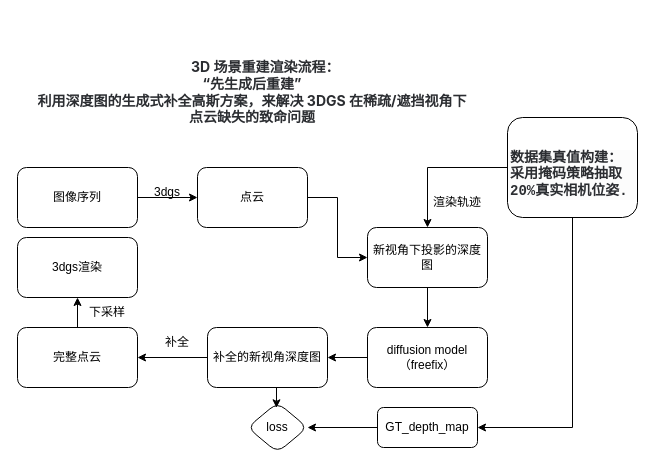
Before: model_net.drawio in zzcPeace/draw.io, a draw.io diagram. Source tidied: cells renumbered, new cells numbered last; positions are measured from the earlier drawing's top-left corner, leaving out a move shared by most shapes. Both pictures are drawn from the tidied source at 100%, with x=0, y=0 at pixel (17, 47).
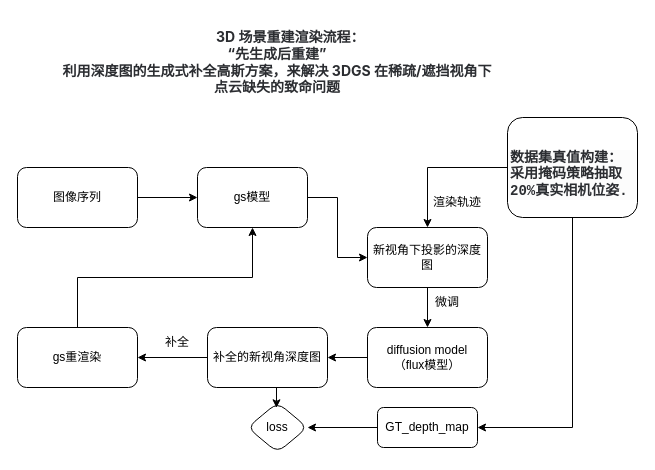
The same diagram, later.

What changed in the source:
```diff
@@
-    <mxCell id="5" value="点云" style="whiteSpace=wrap;html=1;rounded=1;" parent="1" vertex="1">
+    <mxCell id="5" value="gs模型" style="whiteSpace=wrap;html=1;rounded=1;" parent="1" vertex="1">
       <mxGeometry x="180" y="120" width="110" height="60" as="geometry" />
     </mxCell>
@@
-    <mxCell id="9" style="edgeStyle=orthogonalEdgeStyle;rounded=0;jettySize=auto;html=1;" parent="1" edge="1" source="10" target="11">
-      <mxGeometry relative="1" as="geometry" />
-    </mxCell>
+    <mxCell id="27" style="edgeStyle=orthogonalEdgeStyle;rounded=0;jettySize=auto;html=1;exitX=0.5;exitY=0;exitDx=0;exitDy=0;entryX=0.5;entryY=1;entryDx=0;entryDy=0;" parent="1" edge="1" source="10" target="5">
+      <mxGeometry relative="1" as="geometry" />
+    </mxCell>
-    <mxCell id="10" value="完整点云" style="rounded=1;whiteSpace=wrap;html=1;" parent="1" vertex="1">
+    <mxCell id="10" value="gs重渲染" style="rounded=1;whiteSpace=wrap;html=1;" parent="1" vertex="1">
       <mxGeometry y="280" width="120" height="60" as="geometry" />
     </mxCell>
-    <mxCell id="11" value="3dgs渲染" style="whiteSpace=wrap;html=1;rounded=1;" parent="1" vertex="1">
-      <mxGeometry y="190" width="120" height="60" as="geometry" />
-    </mxCell>
@@
     <mxCell id="14" value="&lt;strong class=&quot;ng-star-inserted&quot; style=&quot;box-sizing: border-box; color: rgb(43, 45, 49); font-family: Inter, sans-serif; font-size: 14px; text-align: start; background-color: rgb(255, 255, 255);&quot;&gt;&lt;span class=&quot;ng-star-inserted&quot; style=&quot;box-sizing: border-box;&quot;&gt;&lt;span style=&quot;white-space: pre;&quot;&gt;&#9;&lt;/span&gt;3D 场景重建渲染流程：&lt;br&gt;“先生成后重建”&lt;br&gt;&lt;/span&gt;&lt;/strong&gt;&lt;div&gt;&lt;strong class=&quot;ng-star-inserted&quot; style=&quot;box-sizing: border-box; color: rgb(43, 45, 49); font-family: Inter, sans-serif; font-size: 14px; text-align: start; background-color: rgb(255, 255, 255);&quot;&gt;&lt;span class=&quot;ng-star-inserted&quot; style=&quot;box-sizing: border-box;&quot;&gt;利用深度图的生成式补全高斯方案，来解决 3DGS 在稀疏/遮挡视角下&lt;/span&gt;&lt;/strong&gt;&lt;/div&gt;&lt;div&gt;&lt;strong class=&quot;ng-star-inserted&quot; style=&quot;box-sizing: border-box; color: rgb(43, 45, 49); font-family: Inter, sans-serif; font-size: 14px; text-align: start; background-color: rgb(255, 255, 255);&quot;&gt;&lt;span class=&quot;ng-star-inserted&quot; style=&quot;box-sizing: border-box;&quot;&gt;点云缺失的致命问题&lt;/span&gt;&lt;/strong&gt;&lt;/div&gt;" style="text;html=1;whiteSpace=wrap;strokeColor=none;fillColor=none;align=center;verticalAlign=middle;rounded=0;" parent="1" vertex="1">
-      <mxGeometry width="470" height="90" as="geometry" />
+      <mxGeometry x="25" y="-30" width="470" height="90" as="geometry" />
     </mxCell>
@@
-    <mxCell id="18" value="diffusion model&lt;br&gt;（freefix）" style="rounded=1;whiteSpace=wrap;html=1;" parent="1" vertex="1">
+    <mxCell id="18" value="diffusion model&lt;br&gt;（flux模型）" style="rounded=1;whiteSpace=wrap;html=1;" parent="1" vertex="1">
       <mxGeometry x="350" y="280" width="120" height="60" as="geometry" />
     </mxCell>
@@
-    <mxCell id="21" value="下采样" style="text;html=1;whiteSpace=wrap;strokeColor=none;fillColor=none;align=center;verticalAlign=middle;rounded=0;" parent="1" vertex="1">
-      <mxGeometry x="60" y="250" width="60" height="30" as="geometry" />
-    </mxCell>
@@
-    <mxCell id="26" value="3dgs" style="text;html=1;whiteSpace=wrap;strokeColor=none;fillColor=none;align=center;verticalAlign=middle;rounded=0;" parent="1" vertex="1">
-      <mxGeometry x="120" y="130" width="60" height="30" as="geometry" />
-    </mxCell>
+    <mxCell id="28" value="微调" style="text;html=1;whiteSpace=wrap;strokeColor=none;fillColor=none;align=center;verticalAlign=middle;rounded=0;" parent="1" vertex="1">
+      <mxGeometry x="400" y="240" width="60" height="30" as="geometry" />
+    </mxCell>
```
